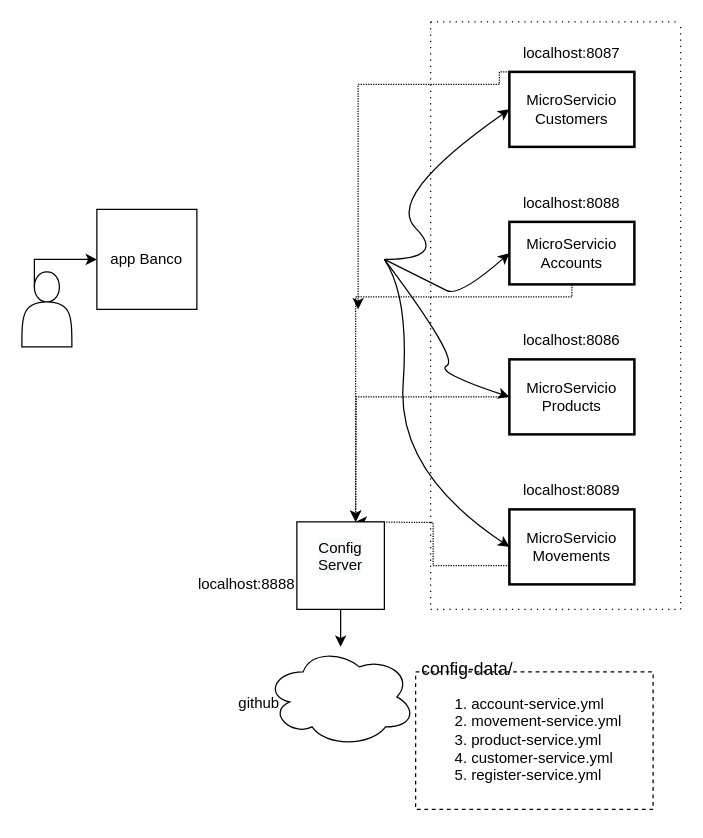
Earlier version of the draw.io diagram arquitectura-microservicio/Digrama Semana 1 arquitectura.drawio (LPVictoria9/config-dataVictoria). Source tidied: cells renumbered, new cells numbered last; positions are measured from the earlier drawing's top-left corner, leaving out a move shared by most shapes. Both pictures are drawn from the tidied source at 125%, with x=0, y=0 at pixel (21, 21).
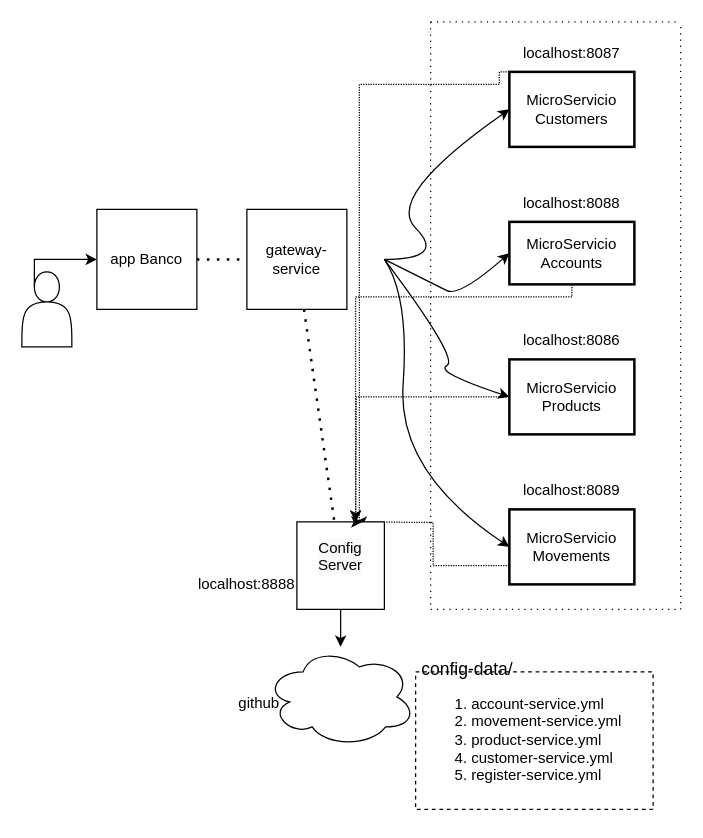
Above is the later version.

Unchanged cells that the change refers to:
```xml
<mxCell id="2" value="MicroServicio Customers" style="rounded=0;whiteSpace=wrap;html=1;absoluteArcSize=1;arcSize=14;strokeWidth=2;" parent="1" vertex="1">
  <mxGeometry x="390" y="40" width="100" height="60" as="geometry" />
</mxCell>
<mxCell id="7" value="app Banco" style="whiteSpace=wrap;html=1;" parent="1" vertex="1">
  <mxGeometry x="60" y="150" width="80" height="80" as="geometry" />
</mxCell>
<mxCell id="23" value="&#10;&lt;span style=&quot;color: rgb(0, 0, 0); font-family: Helvetica; font-size: 12px; font-style: normal; font-variant-ligatures: normal; font-variant-caps: normal; font-weight: 400; letter-spacing: normal; orphans: 2; text-align: center; text-indent: 0px; text-transform: none; widows: 2; word-spacing: 0px; -webkit-text-stroke-width: 0px; background-color: rgb(248, 249, 250); text-decoration-thickness: initial; text-decoration-style: initial; text-decoration-color: initial; float: none; display: inline !important;&quot;&gt;Config Server&lt;/span&gt;&#10;&#10;" style="whiteSpace=wrap;html=1;" parent="1" vertex="1">
  <mxGeometry x="220" y="400" width="70" height="70" as="geometry" />
</mxCell>
```

Diff of the diagram source:
```diff
@@
-    <mxCell id="26" style="edgeStyle=orthogonalEdgeStyle;rounded=0;jettySize=auto;html=1;dashed=1;dashPattern=1 1;exitX=0;exitY=0.5;exitDx=0;exitDy=0;" parent="1" edge="1" source="2">
+    <mxCell id="26" style="edgeStyle=orthogonalEdgeStyle;rounded=0;jettySize=auto;html=1;dashed=1;dashPattern=1 1;exitX=0;exitY=0.5;exitDx=0;exitDy=0;entryX=0.75;entryY=0;entryDx=0;entryDy=0;" parent="1" edge="1" source="2" target="23">
       <mxGeometry relative="1" as="geometry">
-        <mxPoint x="269" y="230" as="targetPoint" />
         <Array as="points">
           <mxPoint x="390" y="40" />
           <mxPoint x="382" y="40" />
           <mxPoint x="382" y="50" />
-          <mxPoint x="269" y="50" />
+          <mxPoint x="270" y="50" />
+          <mxPoint x="270" y="400" />
         </Array>
       </mxGeometry>
     </mxCell>
@@
+    <mxCell id="28" value="gateway-service" style="whiteSpace=wrap;html=1;" parent="1" vertex="1">
+      <mxGeometry x="180" y="150" width="80" height="80" as="geometry" />
+    </mxCell>
+    <mxCell id="29" style="endArrow=none;dashed=1;html=1;dashPattern=1 3;strokeWidth=2;rounded=0;" parent="1" edge="1" source="28" target="23">
+      <mxGeometry relative="1" as="geometry" />
+    </mxCell>
+    <mxCell id="30" style="endArrow=none;dashed=1;html=1;dashPattern=1 3;strokeWidth=2;rounded=0;" parent="1" edge="1" source="7" target="28">
+      <mxGeometry relative="1" as="geometry" />
+    </mxCell>
```
